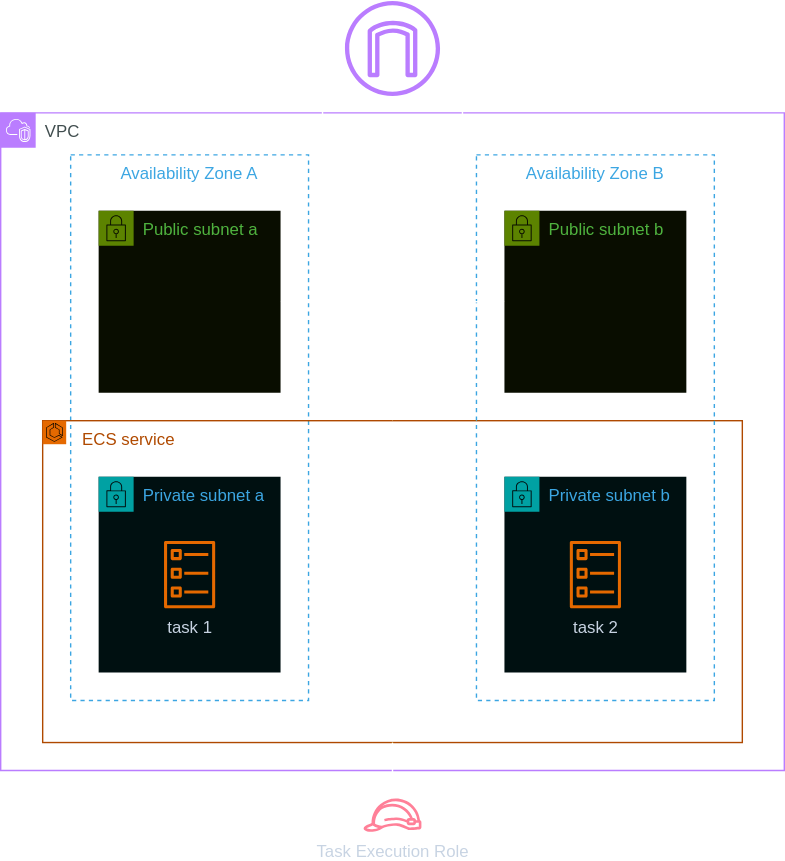
Above: docs/media/lab_1_arch.drawio.svg in superluminar-io/aws_advanced_workshop (draw.io), before the change. Source tidied: cells renumbered, new cells last; positions are measured from the earlier drawing's top-left corner, leaving out a move shared by most shapes.
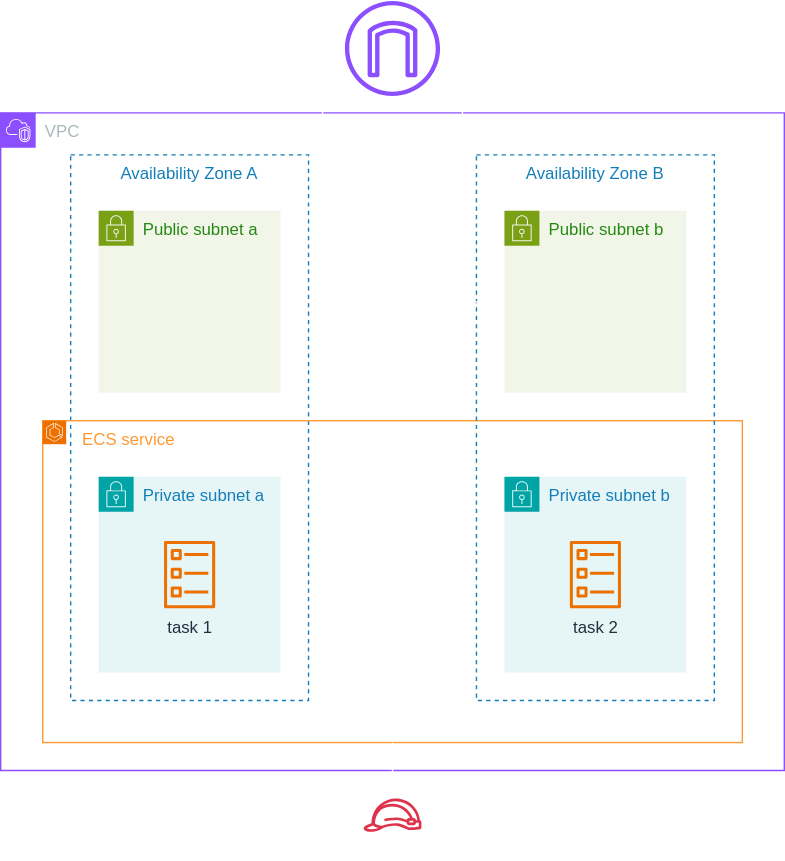
After the change.

The edit, as a diff of the source:
```diff
@@ -26,15 +26,6 @@
     <mxCell id="9" value="task 1" style="sketch=0;fontColor=#232F3E;gradientColor=none;fillColor=#ED7100;strokeColor=none;dashed=0;verticalLabelPosition=bottom;verticalAlign=top;align=center;html=1;fontSize=12;fontStyle=0;shape=mxgraph.aws4.ecs_task;" parent="8" vertex="1">
       <mxGeometry x="46.5" y="46" width="37" height="48" as="geometry" />
     </mxCell>
-    <mxCell id="10" style="edgeStyle=orthogonalEdgeStyle;rounded=0;jettySize=auto;html=1;" parent="2" edge="1" target="6">
-      <mxGeometry relative="1" as="geometry">
-        <mxPoint x="280" y="184" as="sourcePoint" />
-        <Array as="points">
-          <mxPoint x="280" y="210" />
-          <mxPoint x="280" y="210" />
-        </Array>
-      </mxGeometry>
-    </mxCell>
     <mxCell id="11" value="Availability Zone B" style="fillColor=none;strokeColor=#147EBA;dashed=1;verticalAlign=top;fontStyle=0;fontColor=#147EBA;whiteSpace=wrap;html=1;" parent="2" vertex="1">
       <mxGeometry x="340" y="30" width="170" height="390" as="geometry" />
     </mxCell>
@@ -50,7 +41,7 @@
     <mxCell id="15" style="sketch=0;outlineConnect=0;fontColor=#232F3E;gradientColor=none;fillColor=#8C4FFF;strokeColor=none;dashed=0;verticalLabelPosition=bottom;verticalAlign=top;align=center;html=1;fontSize=12;fontStyle=0;shape=mxgraph.aws4.internet_gateway;" parent="1" vertex="1">
       <mxGeometry x="246" width="68" height="68" as="geometry" />
     </mxCell>
-    <mxCell id="16" style="edgeStyle=orthogonalEdgeStyle;rounded=0;jettySize=auto;html=1;startArrow=classic;startFill=1;" parent="1" edge="1" source="15" target="4">
+    <mxCell id="16" style="edgeStyle=orthogonalEdgeStyle;rounded=0;jettySize=auto;html=1;startArrow=classic;startFill=1;strokeColor=#FFFFFF;" parent="1" edge="1" source="15" target="4">
       <mxGeometry relative="1" as="geometry">
         <Array as="points">
           <mxPoint x="230" y="34" />
@@ -58,7 +49,7 @@
         </Array>
       </mxGeometry>
     </mxCell>
-    <mxCell id="17" style="edgeStyle=orthogonalEdgeStyle;rounded=0;jettySize=auto;html=1;startArrow=classic;startFill=1;" parent="1" edge="1" source="15" target="12">
+    <mxCell id="17" style="edgeStyle=orthogonalEdgeStyle;rounded=0;jettySize=auto;html=1;startArrow=classic;startFill=1;strokeColor=#FFFFFF;" parent="1" edge="1" source="15" target="12">
       <mxGeometry relative="1" as="geometry">
         <Array as="points">
           <mxPoint x="330" y="34" />
@@ -66,10 +57,10 @@
         </Array>
       </mxGeometry>
     </mxCell>
-    <mxCell id="18" value="Task Execution Role" style="sketch=0;outlineConnect=0;fontColor=#232F3E;gradientColor=none;fillColor=#DD344C;strokeColor=none;dashed=0;verticalLabelPosition=bottom;verticalAlign=top;align=center;html=1;fontSize=12;fontStyle=0;shape=mxgraph.aws4.role;" parent="1" vertex="1">
+    <mxCell id="18" value="&lt;font&gt;Task Execution Role&lt;/font&gt;" style="sketch=0;outlineConnect=0;fontColor=#FFFFFF;gradientColor=none;fillColor=#DD344C;strokeColor=none;dashed=0;verticalLabelPosition=bottom;verticalAlign=top;align=center;html=1;fontSize=12;fontStyle=0;shape=mxgraph.aws4.role;" parent="1" vertex="1">
       <mxGeometry x="258.9" y="570" width="42.2" height="23.8" as="geometry" />
     </mxCell>
-    <mxCell id="19" style="edgeStyle=orthogonalEdgeStyle;rounded=0;jettySize=auto;html=1;" parent="1" edge="1" source="6" target="18">
+    <mxCell id="19" style="edgeStyle=orthogonalEdgeStyle;rounded=0;jettySize=auto;html=1;strokeColor=#FFFFFF;" parent="1" edge="1" source="6" target="18">
       <mxGeometry relative="1" as="geometry" />
     </mxCell>
   </root>
```
